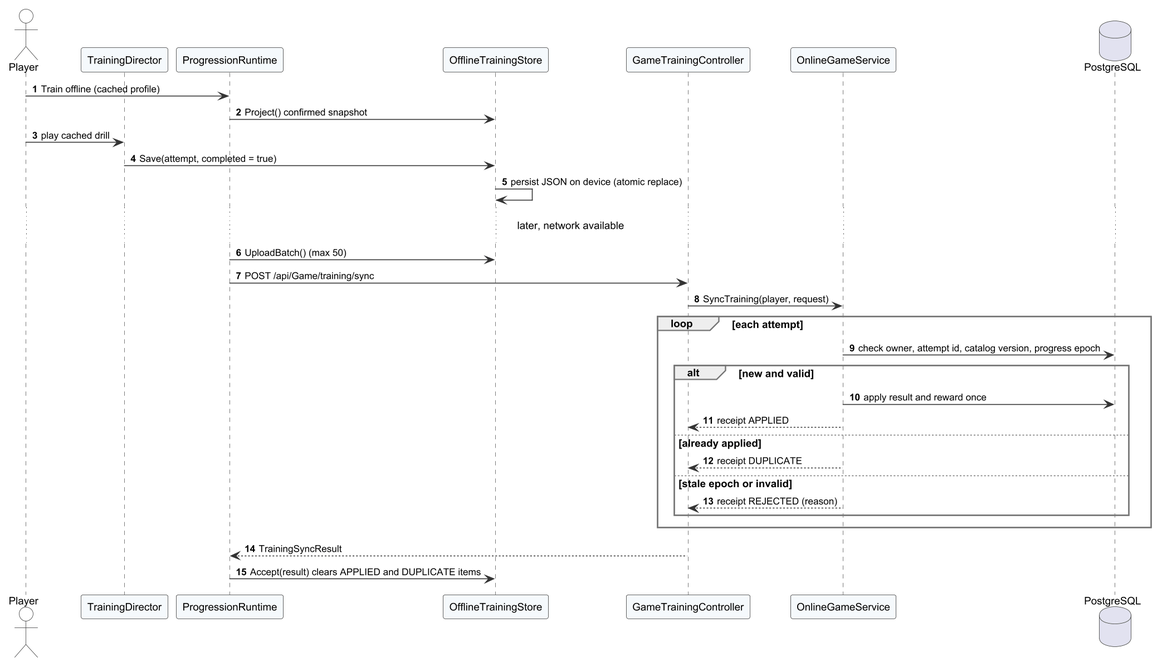
This is Doc/Project_report/Report/diagrams/png/r4_seq_offline_sync.png from Tad-Min/PickleVerse, a PlantUML export, as it was before one commit.
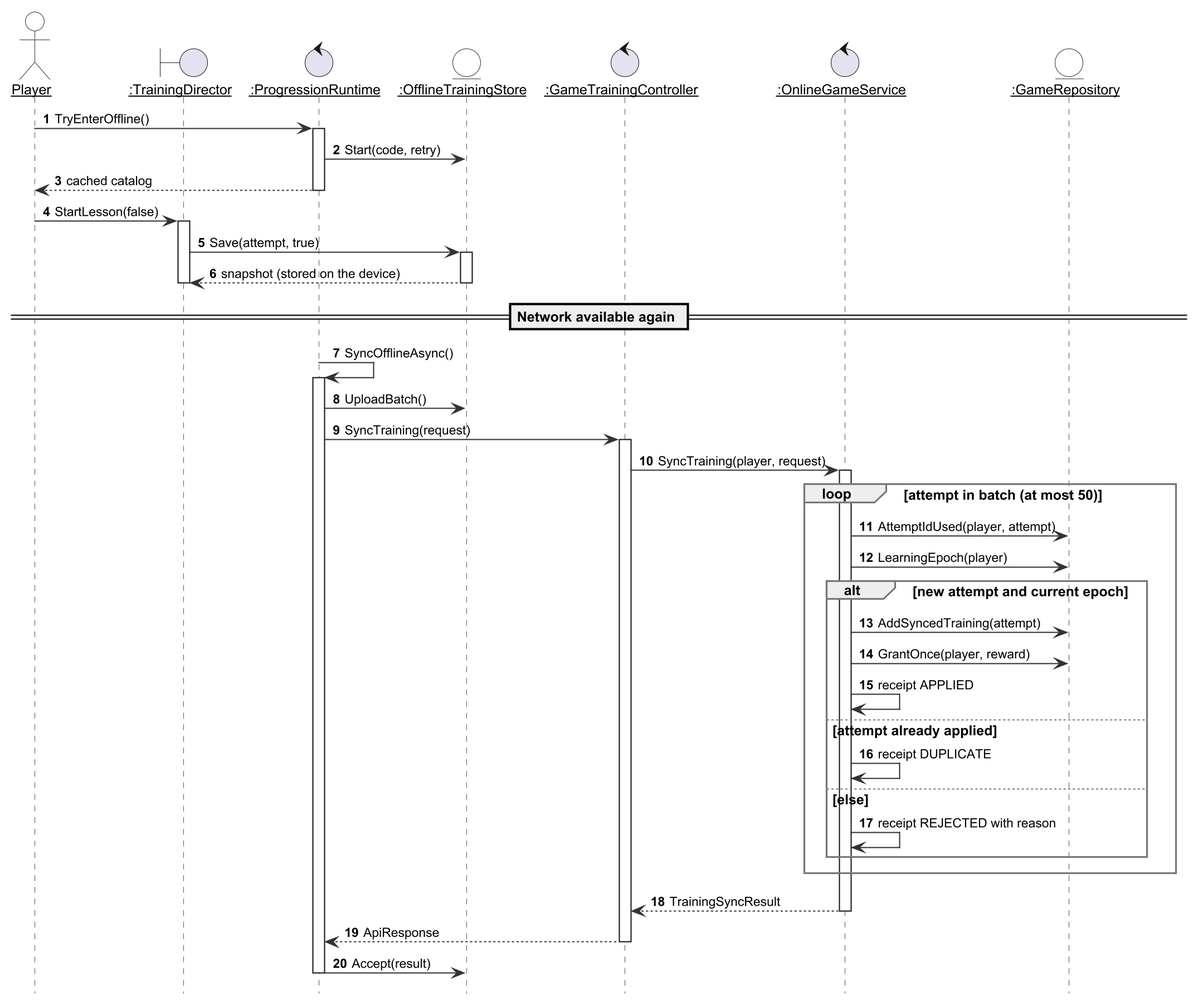
Above is the later version.

What changed in the source:
```diff
@@ -2,34 +2,53 @@
 !include _style.iuml
 autonumber
 skinparam responseMessageBelowArrow true
+skinparam sequenceParticipant underline
+hide footbox
 
 actor Player
-participant "TrainingDirector" as TD
-participant "ProgressionRuntime" as PR
-participant "OfflineTrainingStore" as OS
-participant "GameTrainingController" as C
-participant "OnlineGameService" as S
-database "PostgreSQL" as DB
-Player -> PR : Train offline (cached profile)
-PR -> OS : Project() confirmed snapshot
-Player -> TD : play cached drill
-TD -> OS : Save(attempt, completed = true)
-OS -> OS : persist JSON on device (atomic replace)
-... later, network available ...
-PR -> OS : UploadBatch() (max 50)
-PR -> C : POST /api/Game/training/sync
+boundary ":TrainingDirector" as TD
+control ":ProgressionRuntime" as PR
+entity ":OfflineTrainingStore" as OS
+control ":GameTrainingController" as C
+control ":OnlineGameService" as S
+entity ":GameRepository" as G
+Player -> PR : TryEnterOffline()
+activate PR
+PR -> OS : Start(code, retry)
+PR --> Player : cached catalog
+deactivate PR
+Player -> TD : StartLesson(false)
+activate TD
+TD -> OS : Save(attempt, true)
+activate OS
+OS --> TD : snapshot (stored on the device)
+deactivate OS
+deactivate TD
+== Network available again ==
+PR -> PR : SyncOfflineAsync()
+activate PR
+PR -> OS : UploadBatch()
+PR -> C : SyncTraining(request)
+activate C
 C -> S : SyncTraining(player, request)
-loop each attempt
-  S -> DB : check owner, attempt id, catalog version, progress epoch
-  alt new and valid
-    S -> DB : apply result and reward once
-    S --> C : receipt APPLIED
-  else already applied
-    S --> C : receipt DUPLICATE
-  else stale epoch or invalid
-    S --> C : receipt REJECTED (reason)
+activate S
+loop attempt in batch (at most 50)
+  S -> G : AttemptIdUsed(player, attempt)
+  S -> G : LearningEpoch(player)
+  alt new attempt and current epoch
+    S -> G : AddSyncedTraining(attempt)
+    S -> G : GrantOnce(player, reward)
+    S -> S : receipt APPLIED
+  else attempt already applied
+    S -> S : receipt DUPLICATE
+  else else
+    S -> S : receipt REJECTED with reason
   end
 end
-C --> PR : TrainingSyncResult
-PR -> OS : Accept(result) clears APPLIED and DUPLICATE items
+S --> C : TrainingSyncResult
+deactivate S
+C --> PR : ApiResponse
+deactivate C
+PR -> OS : Accept(result)
+deactivate PR
 @enduml
```
